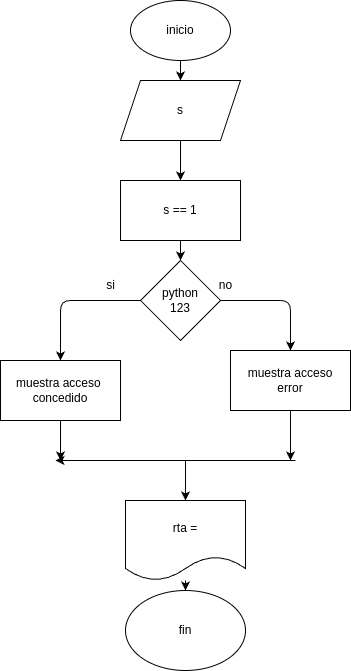
Above: ejercicio 1/diagrama.png in robinsoncortes-ops/Taller_instrucci-n_repetitiva (draw.io), before the change. Source tidied: cells renumbered, new cells last; positions are measured from the earlier drawing's top-left corner, leaving out a move shared by most shapes.
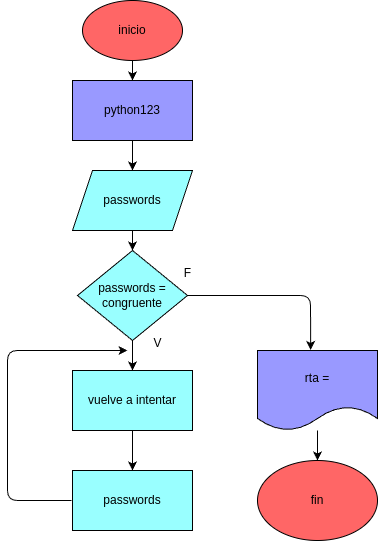
The same diagram one commit later.

Commit message:
Se actualizo el README con análisis y diseño

What changed in the source:
```diff
@@ -2,82 +2,70 @@
   <root>
     <mxCell id="0" />
     <mxCell id="1" parent="0" />
-    <mxCell id="2" style="edgeStyle=none;html=1;entryX=0.5;entryY=0;entryDx=0;entryDy=0;" parent="1" edge="1" source="3" target="7">
-      <mxGeometry relative="1" as="geometry" />
-    </mxCell>
+    <mxCell id="21" style="edgeStyle=none;html=1;" parent="1" edge="1" source="3" target="16">
+      <mxGeometry relative="1" as="geometry" />
+    </mxCell>
-    <mxCell id="3" value="inicio" style="ellipse;whiteSpace=wrap;html=1;" parent="1" vertex="1">
+    <mxCell id="3" value="inicio" style="ellipse;whiteSpace=wrap;html=1;fillColor=#FF6666;" parent="1" vertex="1">
       <mxGeometry x="130" width="100" height="60" as="geometry" />
     </mxCell>
-    <mxCell id="4" style="edgeStyle=none;html=1;" parent="1" edge="1" source="5">
-      <mxGeometry relative="1" as="geometry">
-        <mxPoint x="60" y="460" as="targetPoint" />
-      </mxGeometry>
-    </mxCell>
+    <mxCell id="22" style="edgeStyle=none;html=1;entryX=0.5;entryY=0;entryDx=0;entryDy=0;" parent="1" edge="1" source="5" target="12">
+      <mxGeometry relative="1" as="geometry" />
+    </mxCell>
-    <mxCell id="5" value="muestra acceso&amp;nbsp;&lt;div&gt;concedido&lt;/div&gt;" style="rounded=0;whiteSpace=wrap;html=1;" parent="1" vertex="1">
-      <mxGeometry y="360" width="120" height="60" as="geometry" />
+    <mxCell id="5" value="vuelve a intentar" style="rounded=0;whiteSpace=wrap;html=1;fillColor=#99FFFF;" parent="1" vertex="1">
+      <mxGeometry x="120" y="370" width="120" height="60" as="geometry" />
     </mxCell>
-    <mxCell id="6" style="edgeStyle=none;html=1;" parent="1" edge="1" source="7" target="16">
-      <mxGeometry relative="1" as="geometry" />
-    </mxCell>
+    <mxCell id="23" style="edgeStyle=none;html=1;" parent="1" edge="1" source="7" target="10">
+      <mxGeometry relative="1" as="geometry" />
+    </mxCell>
-    <mxCell id="7" value="s" style="shape=parallelogram;perimeter=parallelogramPerimeter;whiteSpace=wrap;html=1;fixedSize=1;" parent="1" vertex="1">
-      <mxGeometry x="120" y="80" width="120" height="60" as="geometry" />
+    <mxCell id="7" value="passwords" style="shape=parallelogram;perimeter=parallelogramPerimeter;whiteSpace=wrap;html=1;fixedSize=1;fillColor=#99FFFF;" parent="1" vertex="1">
+      <mxGeometry x="120" y="170" width="120" height="60" as="geometry" />
     </mxCell>
-    <mxCell id="8" style="edgeStyle=none;html=1;entryX=0.5;entryY=0;entryDx=0;entryDy=0;" parent="1" edge="1" source="10" target="12">
-      <mxGeometry relative="1" as="geometry">
-        <Array as="points">
-          <mxPoint x="290" y="300" />
-        </Array>
-      </mxGeometry>
-    </mxCell>
-    <mxCell id="9" style="edgeStyle=none;html=1;entryX=0.5;entryY=0;entryDx=0;entryDy=0;" parent="1" edge="1" source="10" target="5">
-      <mxGeometry relative="1" as="geometry">
-        <Array as="points">
-          <mxPoint x="60" y="300" />
-        </Array>
-      </mxGeometry>
+    <mxCell id="9" style="edgeStyle=none;html=1;" parent="1" edge="1" source="10" target="5">
+      <mxGeometry relative="1" as="geometry" />
     </mxCell>
-    <mxCell id="10" value="python&lt;div&gt;123&lt;/div&gt;" style="rhombus;whiteSpace=wrap;html=1;" parent="1" vertex="1">
-      <mxGeometry x="140" y="260" width="80" height="80" as="geometry" />
+    <mxCell id="10" value="passwords =&lt;div&gt;congruente&lt;/div&gt;" style="rhombus;whiteSpace=wrap;html=1;fillColor=#99FFFF;" parent="1" vertex="1">
+      <mxGeometry x="125" y="250" width="110" height="90" as="geometry" />
     </mxCell>
-    <mxCell id="11" style="edgeStyle=none;html=1;" parent="1" edge="1" source="12">
-      <mxGeometry relative="1" as="geometry">
-        <mxPoint x="290" y="460" as="targetPoint" />
-      </mxGeometry>
-    </mxCell>
+    <mxCell id="24" style="edgeStyle=none;html=1;" parent="1" edge="1">
+      <mxGeometry relative="1" as="geometry">
+        <mxPoint x="119" y="500" as="sourcePoint" />
+        <mxPoint x="175" y="350" as="targetPoint" />
+        <Array as="points">
+          <mxPoint x="55" y="500" />
+          <mxPoint x="55" y="350" />
+        </Array>
+      </mxGeometry>
+    </mxCell>
-    <mxCell id="12" value="muestra acceso&lt;div&gt;error&lt;/div&gt;" style="rounded=0;whiteSpace=wrap;html=1;" parent="1" vertex="1">
-      <mxGeometry x="230" y="350" width="120" height="60" as="geometry" />
+    <mxCell id="12" value="passwords" style="rounded=0;whiteSpace=wrap;html=1;fillColor=#99FFFF;" parent="1" vertex="1">
+      <mxGeometry x="120" y="470" width="120" height="60" as="geometry" />
     </mxCell>
-    <mxCell id="13" value="si" style="text;html=1;align=center;verticalAlign=middle;strokeColor=none;fillColor=none;" parent="1" vertex="1">
-      <mxGeometry x="95" y="270" width="30" height="30" as="geometry" />
-    </mxCell>
-    <mxCell id="14" value="no" style="text;html=1;align=center;verticalAlign=middle;strokeColor=none;fillColor=none;" parent="1" vertex="1">
-      <mxGeometry x="205" y="270" width="40" height="30" as="geometry" />
-    </mxCell>
-    <mxCell id="15" style="edgeStyle=none;html=1;" parent="1" edge="1" source="16" target="10">
-      <mxGeometry relative="1" as="geometry" />
-    </mxCell>
+    <mxCell id="25" style="edgeStyle=none;html=1;entryX=0.5;entryY=0;entryDx=0;entryDy=0;" parent="1" edge="1" source="16" target="7">
+      <mxGeometry relative="1" as="geometry" />
+    </mxCell>
-    <mxCell id="16" value="s == 1" style="rounded=0;whiteSpace=wrap;html=1;" parent="1" vertex="1">
-      <mxGeometry x="120" y="180" width="120" height="60" as="geometry" />
+    <mxCell id="16" value="python123" style="rounded=0;whiteSpace=wrap;html=1;fillColor=#9999FF;" parent="1" vertex="1">
+      <mxGeometry x="120" y="80" width="120" height="60" as="geometry" />
     </mxCell>
     <mxCell id="17" style="edgeStyle=none;html=1;" parent="1" edge="1" source="18" target="19">
       <mxGeometry relative="1" as="geometry" />
     </mxCell>
-    <mxCell id="18" value="rta =" style="shape=document;whiteSpace=wrap;html=1;boundedLbl=1;" parent="1" vertex="1">
-      <mxGeometry x="125" y="500" width="120" height="80" as="geometry" />
+    <mxCell id="18" value="rta =" style="shape=document;whiteSpace=wrap;html=1;boundedLbl=1;fillColor=#9999FF;" parent="1" vertex="1">
+      <mxGeometry x="305" y="350" width="120" height="80" as="geometry" />
     </mxCell>
-    <mxCell id="19" value="fin" style="ellipse;whiteSpace=wrap;html=1;" parent="1" vertex="1">
-      <mxGeometry x="125" y="590" width="120" height="80" as="geometry" />
+    <mxCell id="19" value="fin" style="ellipse;whiteSpace=wrap;html=1;fillColor=#FF6666;" parent="1" vertex="1">
+      <mxGeometry x="305" y="460" width="120" height="80" as="geometry" />
     </mxCell>
-    <mxCell id="20" style="endArrow=none;html=1;startArrow=classic;" parent="1" edge="1">
-      <mxGeometry relative="1" as="geometry">
-        <mxPoint x="55" y="460" as="sourcePoint" />
-        <mxPoint x="295" y="460" as="targetPoint" />
-      </mxGeometry>
-    </mxCell>
-    <mxCell id="21" style="endArrow=classic;html=1;" parent="1" edge="1" target="18">
-      <mxGeometry relative="1" as="geometry">
-        <mxPoint x="185" y="460" as="sourcePoint" />
-      </mxGeometry>
-    </mxCell>
+    <mxCell id="26" style="edgeStyle=none;html=1;entryX=0.443;entryY=-0.007;entryDx=0;entryDy=0;entryPerimeter=0;" parent="1" edge="1" source="10" target="18">
+      <mxGeometry relative="1" as="geometry">
+        <Array as="points">
+          <mxPoint x="358" y="295" />
+        </Array>
+      </mxGeometry>
+    </mxCell>
+    <mxCell id="27" value="F" style="text;html=1;align=center;verticalAlign=middle;strokeColor=none;fillColor=none;" parent="1" vertex="1">
+      <mxGeometry x="220" y="258" width="30" height="30" as="geometry" />
+    </mxCell>
+    <mxCell id="28" value="V" style="text;html=1;align=center;verticalAlign=middle;strokeColor=none;fillColor=none;" parent="1" vertex="1">
+      <mxGeometry x="190" y="328" width="30" height="30" as="geometry" />
+    </mxCell>
   </root>
 </mxGraphModel>
```
